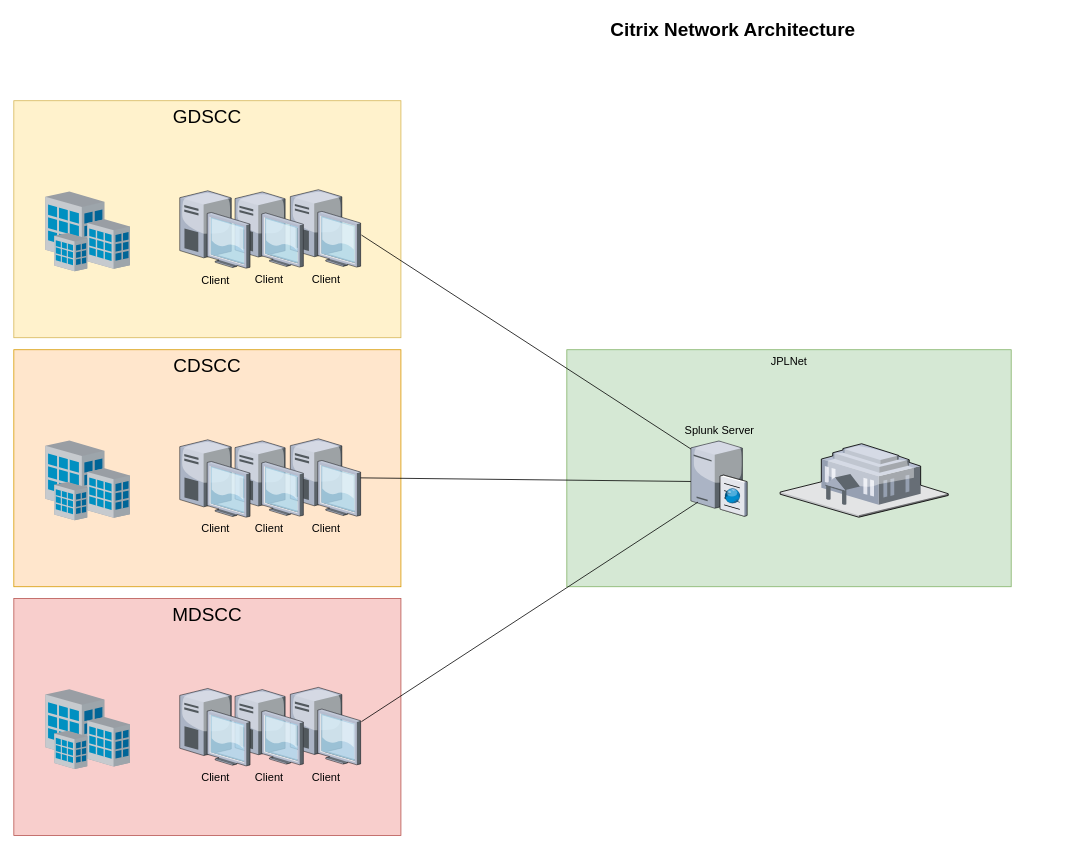
mikeymischief/scripts keeps this draw.io diagram as Untitled Diagram.drawio. Above is the earlier version. Source tidied: cells renumbered, new cells numbered last; positions are measured from the earlier drawing's top-left corner, leaving out a move shared by most shapes. Both pictures are drawn from the tidied source at 79%, with x=0, y=0 at pixel (13, 13).
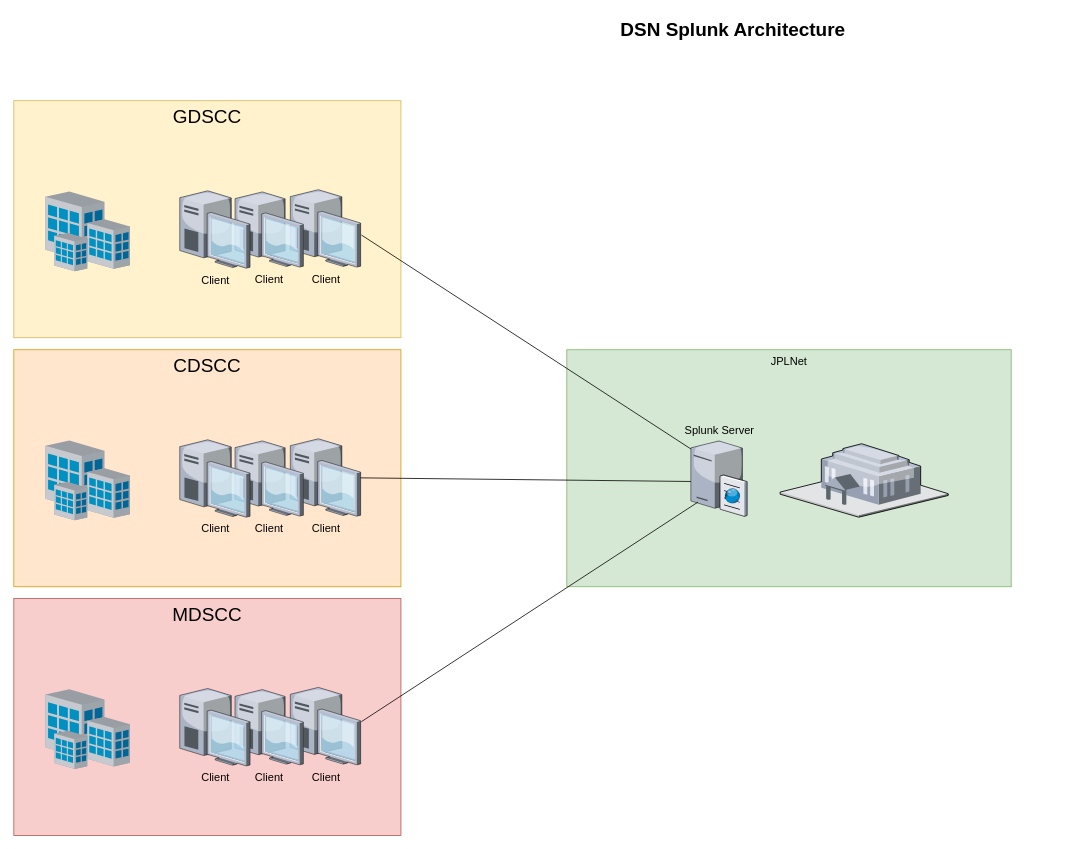
After the change.

Diff of the diagram source:
```diff
@@
-    <mxCell id="5" value="Citrix Network Architecture" style="text;strokeColor=none;fillColor=none;html=1;fontSize=24;fontStyle=1;verticalAlign=middle;align=center;" parent="1" vertex="1">
+    <mxCell id="5" value="DSN Splunk Architecture" style="text;strokeColor=none;fillColor=none;html=1;fontSize=24;fontStyle=1;verticalAlign=middle;align=center;" parent="1" vertex="1">
       <mxGeometry x="479" width="861" height="40" as="geometry" />
     </mxCell>
```
